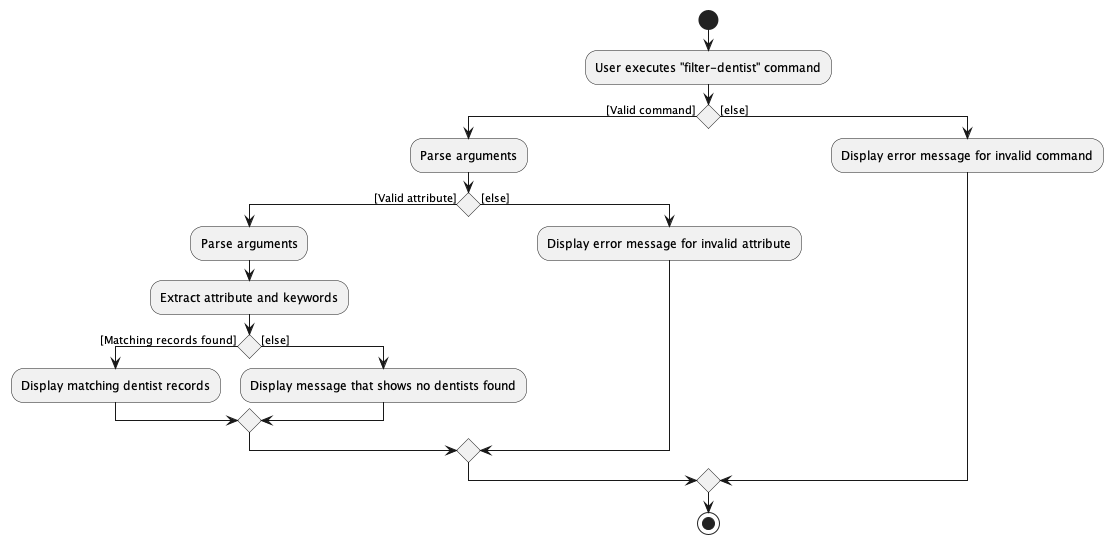
The PlantUML diagram docs/images/FilterDentistActivityDiagram.png in techjay-c/tp, before a commit.
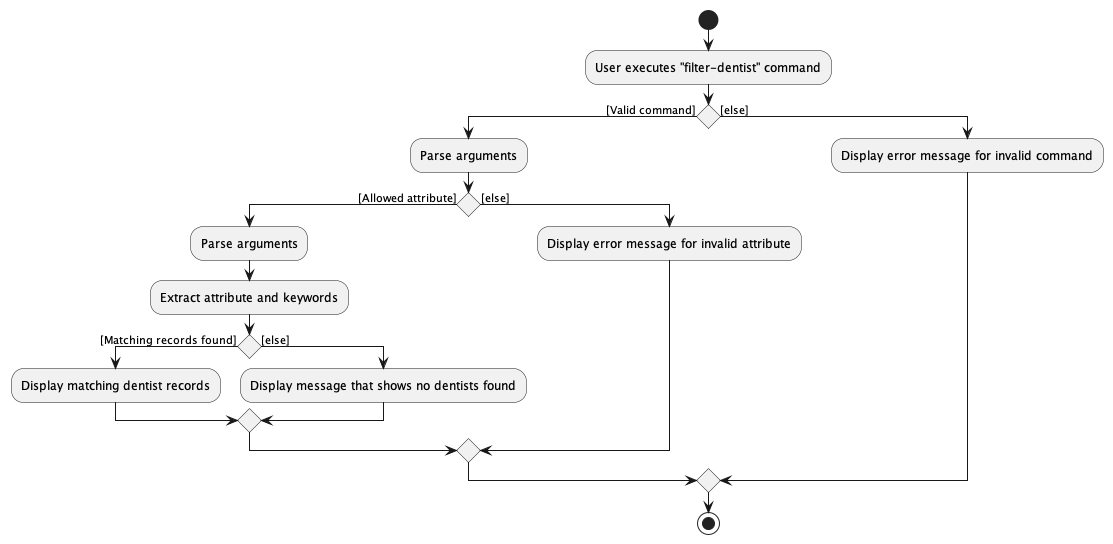
After the commit.

What changed in the source:
```diff
@@ -6,7 +6,7 @@
 if () then ([Valid command])
     :Parse arguments;
 
-    if () then ([Valid attribute])
+    if () then ([Allowed attribute])
         :Parse arguments;
         :Extract attribute and keywords;
 
```
